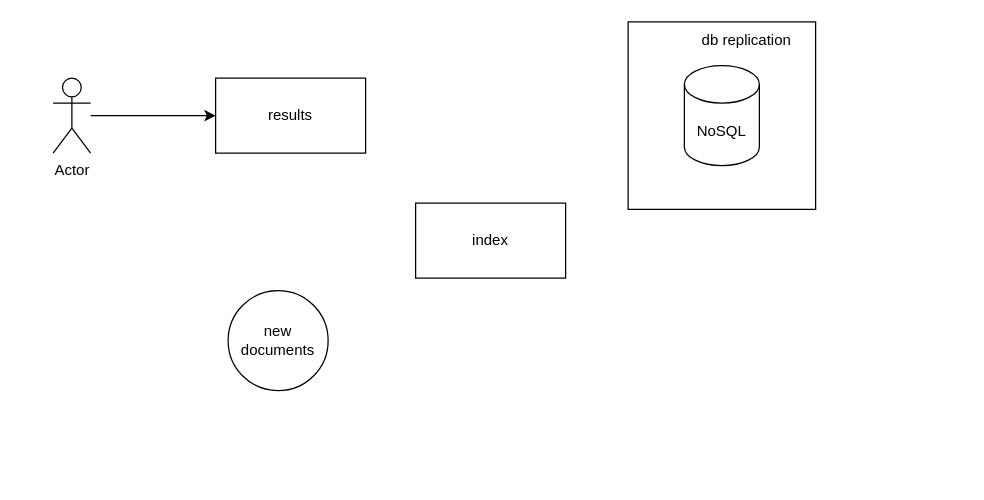
This is diagrams/Design Search Engine.drawio from marcelmariani/diagrams, a draw.io file, before an edit. Source tidied: cells renumbered, new cells numbered last; positions are measured from the earlier drawing's top-left corner, leaving out a move shared by most shapes. Both pictures are drawn from the tidied source at 125%, with x=0, y=0 at pixel (52, 21).
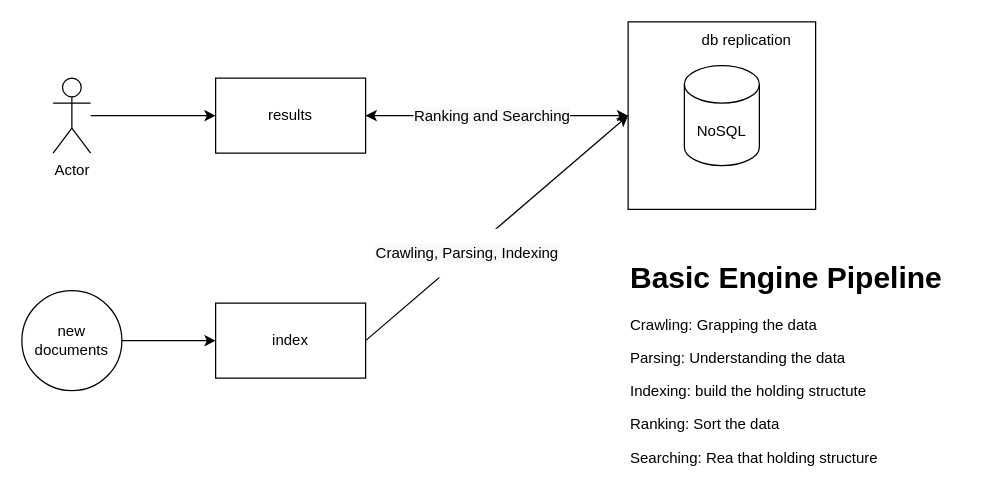
After the change.

What changed in the source:
```diff
@@
 <mxGraphModel>
   <root>
     <mxCell id="0" />
     <mxCell id="1" parent="0" />
     <mxCell id="2" style="whiteSpace=wrap;html=1;" parent="1" vertex="1">
       <mxGeometry x="460" width="150" height="150" as="geometry" />
     </mxCell>
     <mxCell id="3" value="Actor" style="shape=umlActor;verticalLabelPosition=bottom;verticalAlign=top;html=1;outlineConnect=0;" parent="1" vertex="1">
       <mxGeometry y="45" width="30" height="60" as="geometry" />
     </mxCell>
     <mxCell id="4" value="results" style="rounded=0;whiteSpace=wrap;html=1;" parent="1" vertex="1">
       <mxGeometry x="130" y="45" width="120" height="60" as="geometry" />
     </mxCell>
     <mxCell id="5" value="index" style="rounded=0;whiteSpace=wrap;html=1;" parent="1" vertex="1">
-      <mxGeometry x="290" y="145" width="120" height="60" as="geometry" />
+      <mxGeometry x="130" y="225" width="120" height="60" as="geometry" />
     </mxCell>
     <mxCell id="6" value="NoSQL" style="shape=cylinder3;whiteSpace=wrap;html=1;boundedLbl=1;backgroundOutline=1;size=15;" parent="1" vertex="1">
       <mxGeometry x="505" y="35" width="60" height="80" as="geometry" />
     </mxCell>
     <mxCell id="7" value="db replication" style="text;html=1;strokeColor=none;fillColor=none;align=center;verticalAlign=middle;whiteSpace=wrap;rounded=0;" parent="1" vertex="1">
       <mxGeometry x="510" y="5" width="90" height="20" as="geometry" />
     </mxCell>
     <mxCell id="8" style="endArrow=classic;html=1;entryX=0;entryY=0.5;entryDx=0;entryDy=0;" parent="1" edge="1" source="3" target="4">
       <mxGeometry relative="1" as="geometry" />
     </mxCell>
     <mxCell id="9" value="new documents" style="ellipse;whiteSpace=wrap;html=1;" parent="1" vertex="1">
-      <mxGeometry x="140" y="215" width="80" height="80" as="geometry" />
+      <mxGeometry x="-25" y="215" width="80" height="80" as="geometry" />
     </mxCell>
+    <mxCell id="10" value="&lt;h1&gt;Basic Engine Pipeline&lt;/h1&gt;&lt;p&gt;Crawling: Grapping the data&lt;/p&gt;&lt;p&gt;Parsing: Understanding the data&lt;/p&gt;&lt;p&gt;Indexing: build the holding structute&lt;/p&gt;&lt;p&gt;Ranking: Sort the data&lt;/p&gt;&lt;p&gt;Searching: Rea that holding structure&lt;/p&gt;" style="text;html=1;strokeColor=none;fillColor=none;spacing=5;spacingTop=-20;whiteSpace=wrap;overflow=hidden;rounded=0;" parent="1" vertex="1">
+      <mxGeometry x="457" y="185" width="270" height="180" as="geometry" />
+    </mxCell>
+    <mxCell id="11" style="endArrow=classic;html=1;exitX=1;exitY=0.5;exitDx=0;exitDy=0;entryX=0;entryY=0.5;entryDx=0;entryDy=0;" parent="1" edge="1" source="5" target="2">
+      <mxGeometry relative="1" as="geometry" />
+    </mxCell>
+    <mxCell id="12" value="&lt;p style=&quot;font-size: 12px ; text-align: left ; background-color: rgb(248 , 249 , 250)&quot;&gt;Crawling, Parsing, Indexing&lt;/p&gt;" style="edgeLabel;html=1;align=center;verticalAlign=middle;" parent="11" vertex="1">
+      <mxGeometry x="-0.54" y="1" relative="1" as="geometry">
+        <mxPoint x="32.1" y="-27.6" as="offset" />
+      </mxGeometry>
+    </mxCell>
+    <mxCell id="13" style="endArrow=classic;html=1;entryX=1;entryY=0.5;entryDx=0;entryDy=0;exitX=0;exitY=0.5;exitDx=0;exitDy=0;startArrow=classic;startFill=1;" parent="1" edge="1" source="2" target="4">
+      <mxGeometry relative="1" as="geometry" />
+    </mxCell>
+    <mxCell id="14" value="&lt;p style=&quot;font-size: 12px ; text-align: left ; background-color: rgb(248 , 249 , 250)&quot;&gt;Ranking and&amp;nbsp;Searching&lt;/p&gt;" style="edgeLabel;html=1;align=center;verticalAlign=middle;" parent="13" vertex="1">
+      <mxGeometry x="0.32" y="5" relative="1" as="geometry">
+        <mxPoint x="29" y="-5" as="offset" />
+      </mxGeometry>
+    </mxCell>
+    <mxCell id="15" style="endArrow=classic;html=1;exitX=1;exitY=0.5;exitDx=0;exitDy=0;" parent="1" edge="1" source="9" target="5">
+      <mxGeometry relative="1" as="geometry" />
+    </mxCell>
   </root>
 </mxGraphModel>
```
